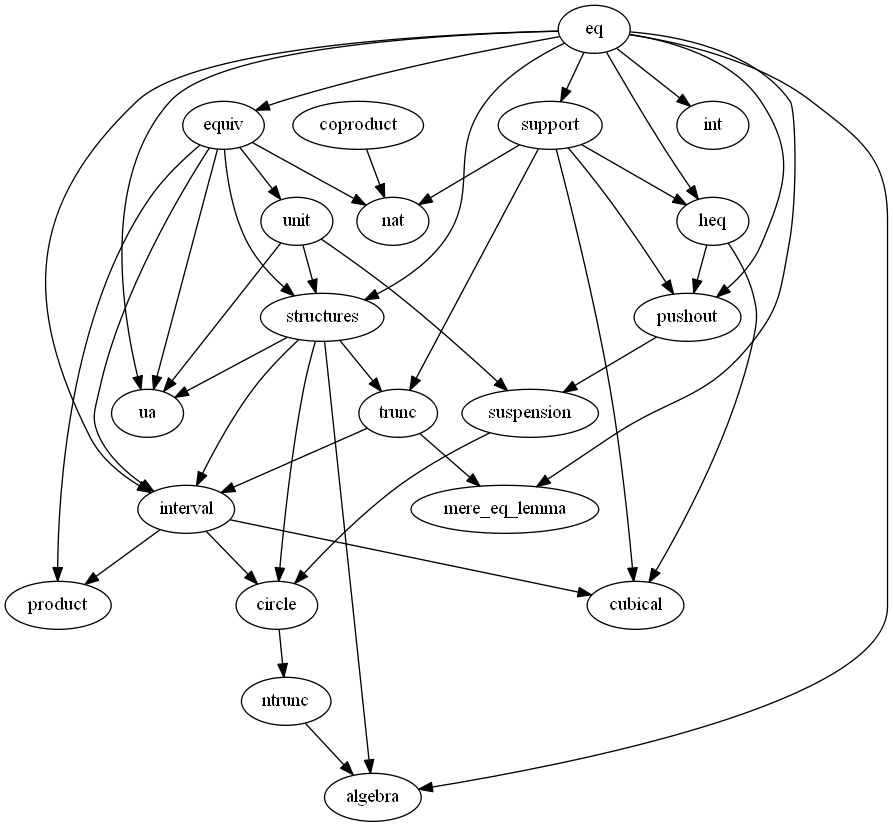
Earlier version of the Graphviz export dependency_map.png (forked-from-1kasper/ground_zero). Its source is kept beside it as dependency_map.gv.
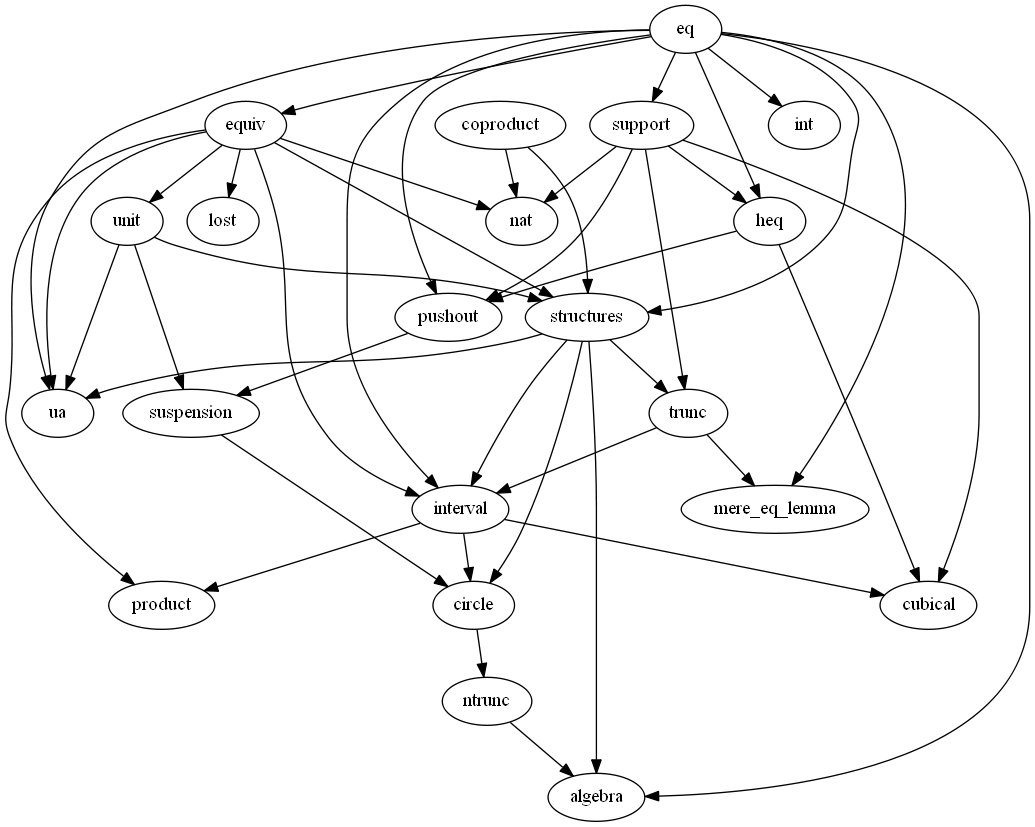
Above is the later version.

The edit, as a diff of the source:
```diff
@@ -37,6 +37,7 @@
   unit -> structures
   equiv -> structures
   eq -> structures
+  coproduct -> structures
 
   eq -> support
 
@@ -56,4 +57,6 @@
   equiv -> nat
   coproduct -> nat
   support -> nat
+
+  equiv -> lost
 }
```
